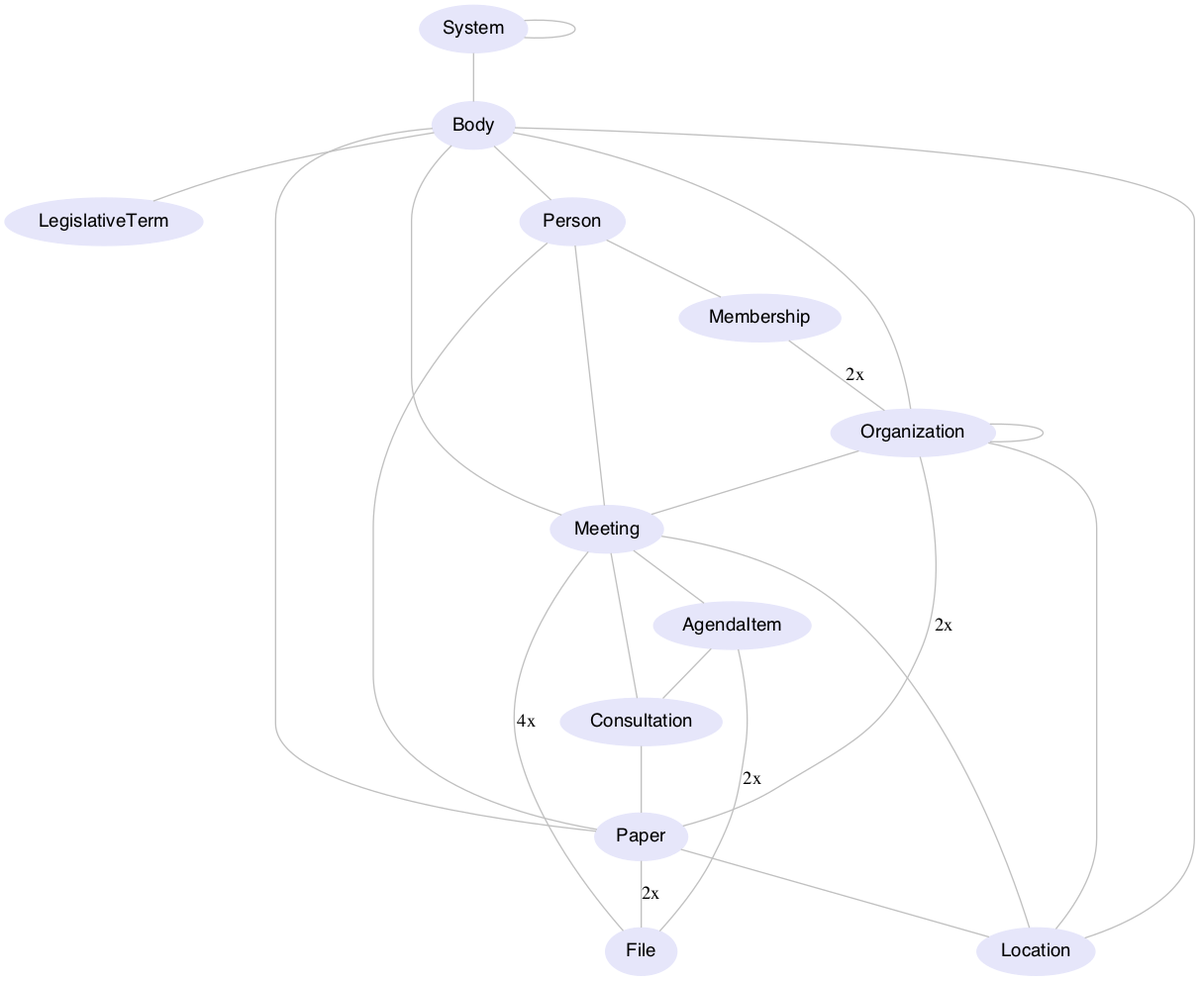
OParl/spec keeps this Graphviz diagram as resources/graphviz.png. Above is the earlier version. Its source is kept beside it as resources/graphviz.dot. The source it was exported from:
```dot
graph distributed {
  graph [nodesep=0.5]
  node [fontname="Helvetica", color="Lavender", style="filled"]
  edge [color="Gray"]
  System -- System;
  System -- Body;
  Body -- LegislativeTerm;
  Body -- Meeting;
  Body -- Organization;
  Body -- Person;
  Body -- Location;
  Body -- Paper;
  Person -- Membership;
  Person -- Paper;
  Person -- Meeting;
  Membership -- Organization[label="2x"];
  Organization -- Organization;
  Organization -- Meeting;
  Organization -- Location;
  Organization -- Paper[label="2x"];
  Meeting -- Consultation;
  Meeting -- AgendaItem;
  Meeting -- Location;
  Meeting -- File[label="4x"];
  AgendaItem -- Consultation;
  AgendaItem -- File[label="2x"];
  Consultation -- Paper;
  Paper -- Location;
  Paper -- File[label="2x"];
}
```
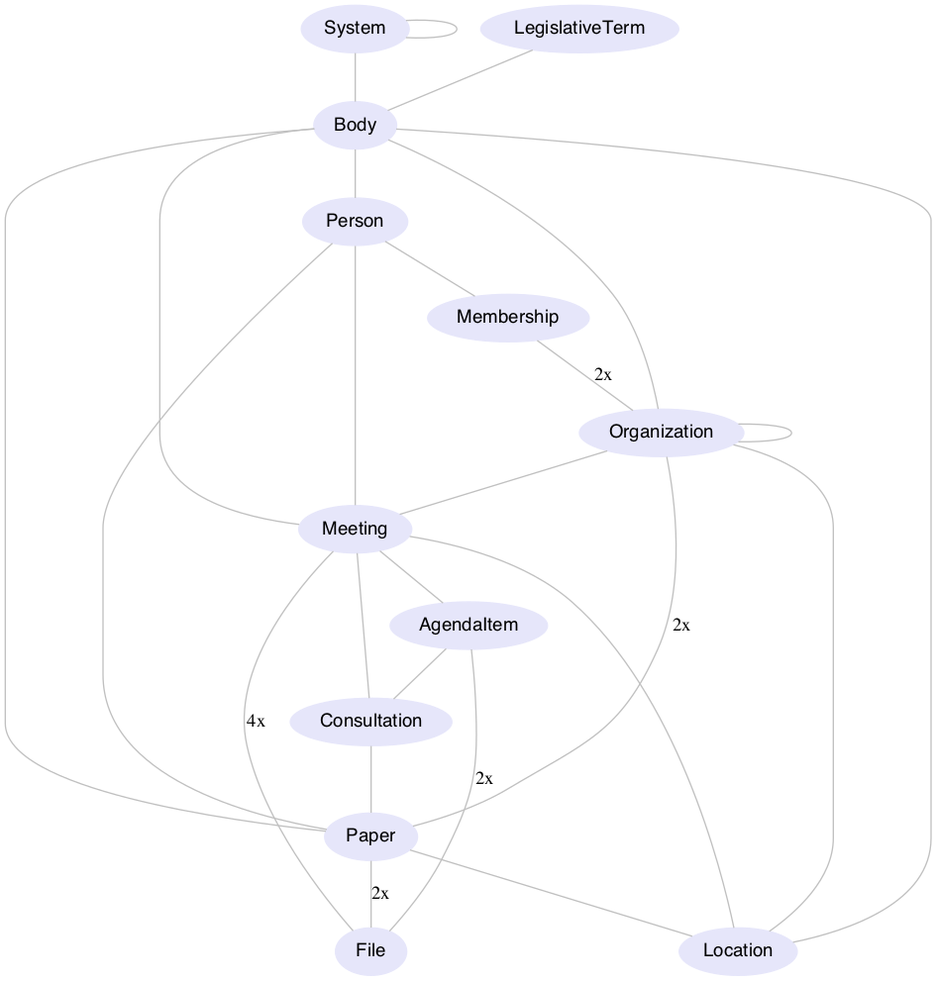
The same diagram one commit later.

Commit message:
rendered graphviz bugfix

Diff of the diagram source:
```diff
@@ -4,7 +4,7 @@
   edge [color="Gray"]
   System -- System;
   System -- Body;
-  Body -- LegislativeTerm;
+  Body -- LegislativeTerm [constraint=false];
   Body -- Meeting;
   Body -- Organization;
   Body -- Person;
```
